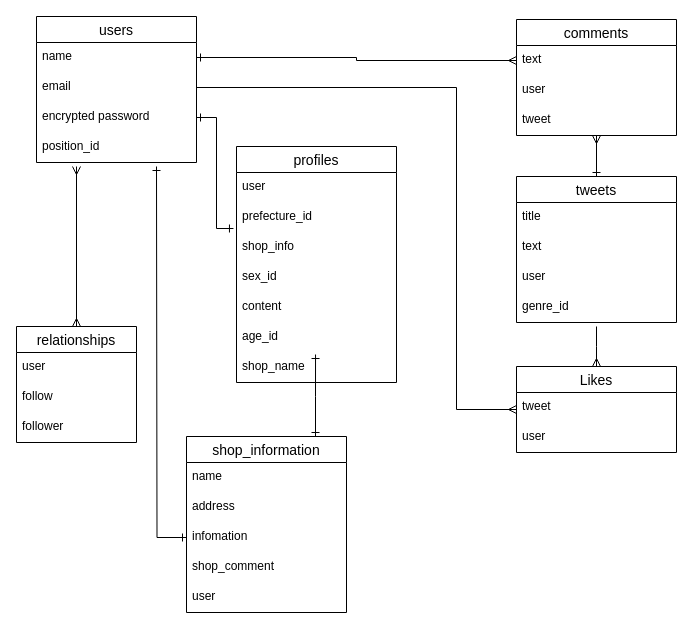
Earlier version of the draw.io diagram mediboardER.dio (IshigeU/mediboard-32338). Source tidied: cells renumbered, new cells numbered last; positions are measured from the earlier drawing's top-left corner, leaving out a move shared by most shapes. Both pictures are drawn from the tidied source at 100%, with x=0, y=0 at pixel (16, 16).
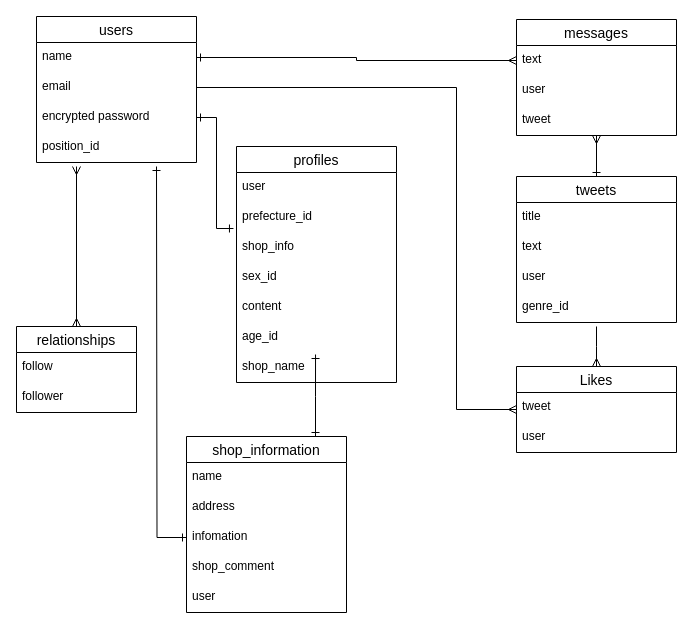
The same diagram, later.

Diff of the diagram source:
```diff
@@
     <mxCell id="13" value="relationships" style="swimlane;fontStyle=0;horizontal=1;startSize=26;align=center;fontSize=14;" parent="1" vertex="1">
-      <mxGeometry y="310" width="120" height="116" as="geometry" />
+      <mxGeometry y="310" width="120" height="86" as="geometry" />
     </mxCell>
-    <mxCell id="14" value="user" style="text;strokeColor=none;fillColor=none;spacingLeft=4;spacingRight=4;overflow=hidden;fontSize=12;" parent="13" vertex="1">
-      <mxGeometry y="26" width="120" height="30" as="geometry" />
-    </mxCell>
     <mxCell id="15" value="follow" style="text;strokeColor=none;fillColor=none;spacingLeft=4;spacingRight=4;overflow=hidden;fontSize=12;" parent="13" vertex="1">
-      <mxGeometry y="56" width="120" height="30" as="geometry" />
+      <mxGeometry y="26" width="120" height="30" as="geometry" />
     </mxCell>
     <mxCell id="16" value="follower" style="text;strokeColor=none;fillColor=none;spacingLeft=4;spacingRight=4;overflow=hidden;fontSize=12;" parent="13" vertex="1">
-      <mxGeometry y="86" width="120" height="30" as="geometry" />
+      <mxGeometry y="56" width="120" height="30" as="geometry" />
     </mxCell>
@@
-    <mxCell id="26" value="comments" style="swimlane;fontStyle=0;horizontal=1;startSize=26;align=center;fontSize=14;" parent="1" vertex="1">
+    <mxCell id="26" value="messages" style="swimlane;fontStyle=0;horizontal=1;startSize=26;align=center;fontSize=14;" parent="1" vertex="1">
       <mxGeometry x="500" y="3" width="160" height="116" as="geometry" />
     </mxCell>
```
